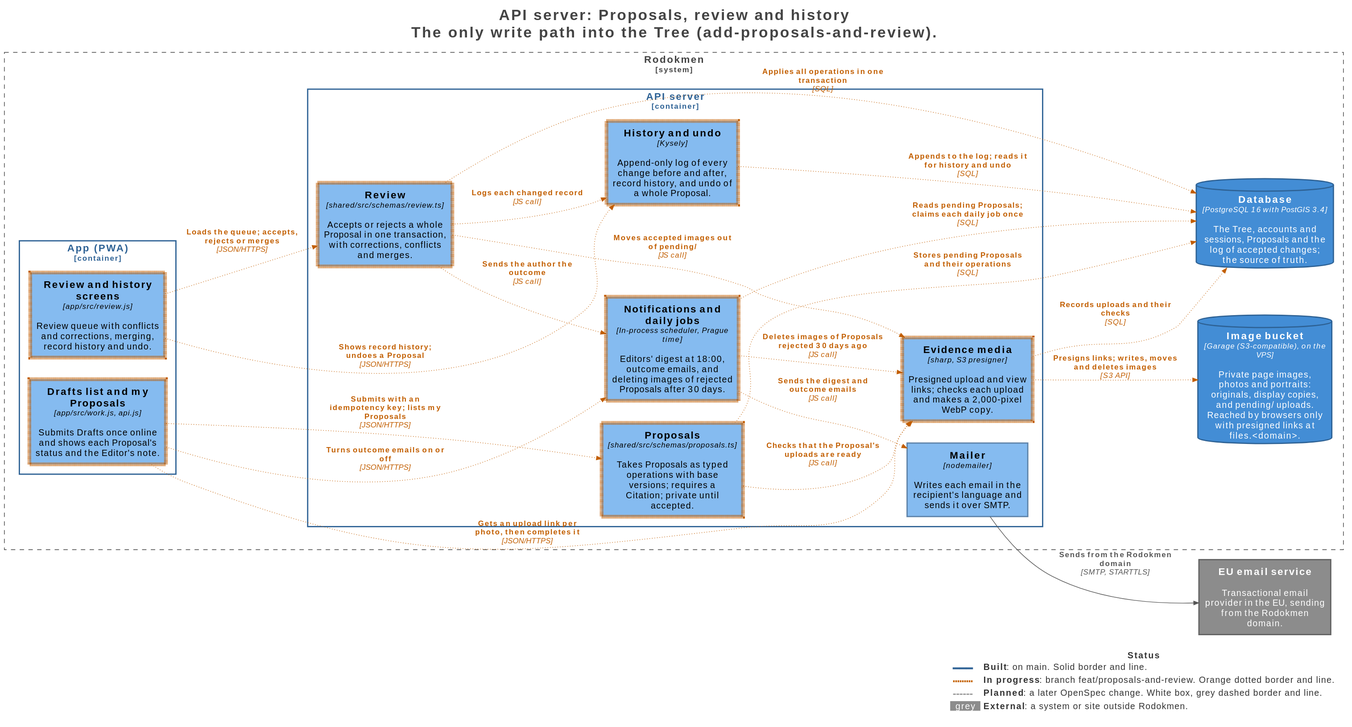
This is docs/architecture/generated/svg/10-api-write-path.svg from xjrk58/rodokmen-app, a PlantUML export, as it was before one commit.
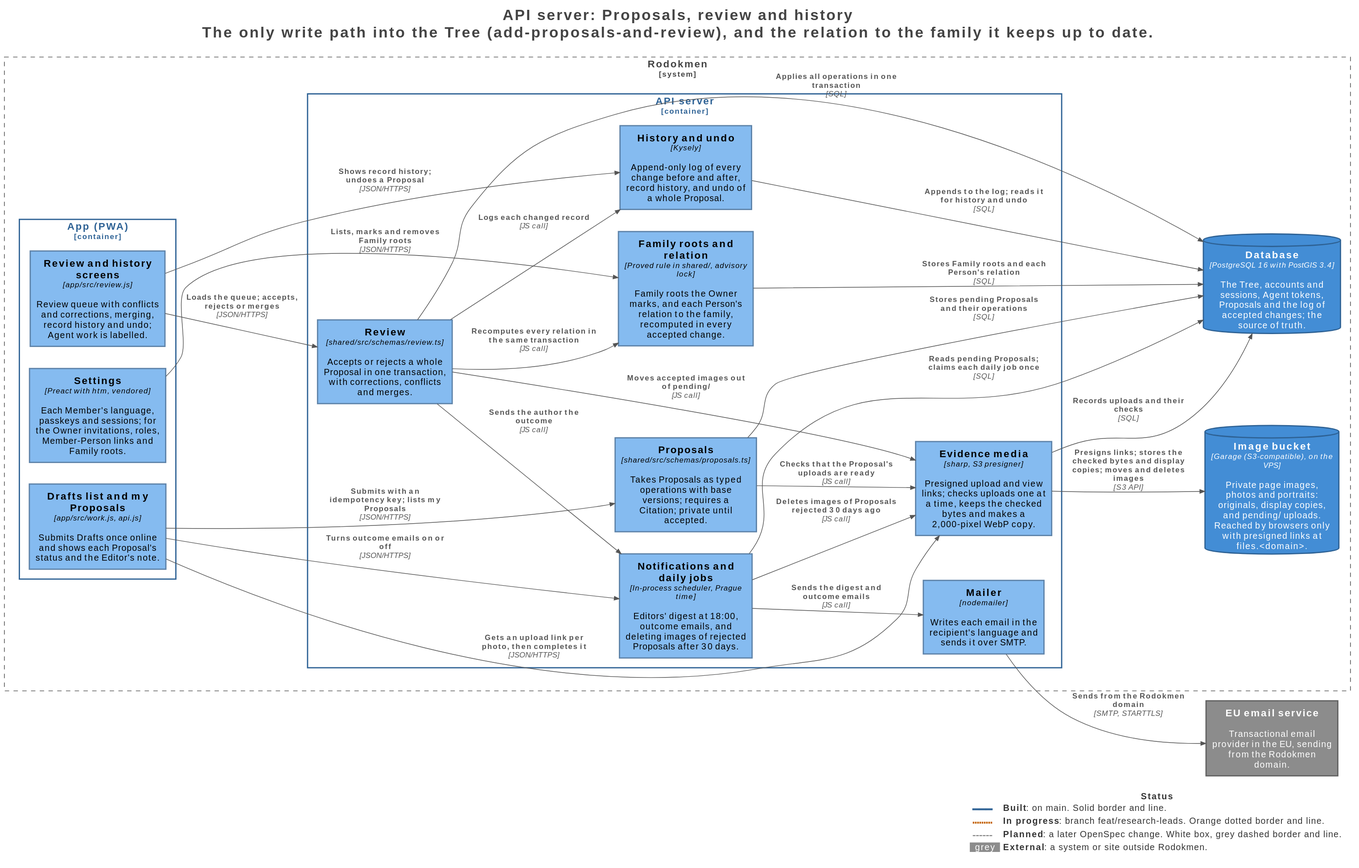
The same file after the commit.

What changed in the source:
```diff
@@ -1,5 +1,5 @@
 @startuml
-title <size:24>API server: Proposals, review and history</size>\n<size:24>The only write path into the Tree (add-proposals-and-review).</size>
+title <size:24>API server: Proposals, review and history</size>\n<size:24>The only write path into the Tree (add-proposals-and-review), and the relation to the family it keeps up to date.</size>
 
 set separator none
 left to right direction
@@ -22,12 +22,10 @@
 !include ../../legend.puml
 
 AddElementTag("Software System,External,Built", $bgColor="#8c8c8c", $borderColor="#616161", $fontColor="#ffffff", $sprite="", $shadowing="", $borderStyle="solid", $borderThickness="2")
-AddElementTag("Component,In progress", $bgColor="#85bbf0", $borderColor="#c25e00", $fontColor="#000000", $sprite="", $shadowing="", $borderStyle="dotted", $borderThickness="6")
 AddElementTag("Container,Built,Data store", $bgColor="#438dd5", $borderColor="#2e6295", $fontColor="#ffffff", $sprite="", $shadowing="", $borderStyle="solid", $borderThickness="2")
 AddElementTag("Component,Built", $bgColor="#85bbf0", $borderColor="#5d82a8", $fontColor="#000000", $sprite="", $shadowing="", $borderStyle="solid", $borderThickness="2")
 
 AddRelTag("Built", $textColor="#555555", $lineColor="#555555", $lineStyle = "")
-AddRelTag("In progress", $textColor="#c25e00", $lineColor="#c25e00", $lineStyle = DottedLine())
 
 AddBoundaryTag("Container,Built,Browser", $bgColor="#ffffff", $borderColor="#2e6295", $fontColor="#2e6295", $shadowing="", $borderStyle="solid", $borderThickness="2")
 AddBoundaryTag("Container,Built", $bgColor="#ffffff", $borderColor="#2e6295", $fontColor="#2e6295", $shadowing="", $borderStyle="solid", $borderThickness="2")
@@ -36,41 +34,46 @@
 
 System_Boundary("Rodokmen_boundary", "Rodokmen", $tags="Software System,Built") {
   Container_Boundary("Rodokmen.APIserver_boundary", "API server", $tags="Container,Built") {
+    Component(Rodokmen.APIserver.Familyrootsandrelation, "Family roots and relation", $techn="Proved rule in shared/, advisory lock", $descr="Family roots the Owner marks, and each Person's relation to the family, recomputed in every accepted change.", $tags="Component,Built", $link="")
     Component(Rodokmen.APIserver.Mailer, "Mailer", $techn="nodemailer", $descr="Writes each email in the recipient's language and sends it over SMTP.", $tags="Component,Built", $link="")
-    Component(Rodokmen.APIserver.Proposals, "Proposals", $techn="shared/src/schemas/proposals.ts", $descr="Takes Proposals as typed operations with base versions; requires a Citation; private until accepted.", $tags="Component,In progress", $link="")
-    Component(Rodokmen.APIserver.Review, "Review", $techn="shared/src/schemas/review.ts", $descr="Accepts or rejects a whole Proposal in one transaction, with corrections, conflicts and merges.", $tags="Component,In progress", $link="")
-    Component(Rodokmen.APIserver.Historyandundo, "History and undo", $techn="Kysely", $descr="Append-only log of every change before and after, record history, and undo of a whole Proposal.", $tags="Component,In progress", $link="")
-    Component(Rodokmen.APIserver.Evidencemedia, "Evidence media", $techn="sharp, S3 presigner", $descr="Presigned upload and view links; checks each upload and makes a 2,000-pixel WebP copy.", $tags="Component,In progress", $link="")
-    Component(Rodokmen.APIserver.Notificationsanddailyjobs, "Notifications and daily jobs", $techn="In-process scheduler, Prague time", $descr="Editors' digest at 18:00, outcome emails, and deleting images of rejected Proposals after 30 days.", $tags="Component,In progress", $link="")
+    Component(Rodokmen.APIserver.Proposals, "Proposals", $techn="shared/src/schemas/proposals.ts", $descr="Takes Proposals as typed operations with base versions; requires a Citation; private until accepted.", $tags="Component,Built", $link="")
+    Component(Rodokmen.APIserver.Review, "Review", $techn="shared/src/schemas/review.ts", $descr="Accepts or rejects a whole Proposal in one transaction, with corrections, conflicts and merges.", $tags="Component,Built", $link="")
+    Component(Rodokmen.APIserver.Historyandundo, "History and undo", $techn="Kysely", $descr="Append-only log of every change before and after, record history, and undo of a whole Proposal.", $tags="Component,Built", $link="")
+    Component(Rodokmen.APIserver.Evidencemedia, "Evidence media", $techn="sharp, S3 presigner", $descr="Presigned upload and view links; checks uploads one at a time, keeps the checked bytes and makes a 2,000-pixel WebP copy.", $tags="Component,Built", $link="")
+    Component(Rodokmen.APIserver.Notificationsanddailyjobs, "Notifications and daily jobs", $techn="In-process scheduler, Prague time", $descr="Editors' digest at 18:00, outcome emails, and deleting images of rejected Proposals after 30 days.", $tags="Component,Built", $link="")
   }
 
   Container_Boundary("Rodokmen.AppPWA_boundary", "App (PWA)", $tags="Container,Built,Browser") {
-    Component(Rodokmen.AppPWA.DraftslistandmyProposals, "Drafts list and my Proposals", $techn="app/src/work.js, api.js", $descr="Submits Drafts once online and shows each Proposal's status and the Editor's note.", $tags="Component,In progress", $link="")
-    Component(Rodokmen.AppPWA.Reviewandhistoryscreens, "Review and history screens", $techn="app/src/review.js", $descr="Review queue with conflicts and corrections, merging, record history and undo.", $tags="Component,In progress", $link="")
+    Component(Rodokmen.AppPWA.DraftslistandmyProposals, "Drafts list and my Proposals", $techn="app/src/work.js, api.js", $descr="Submits Drafts once online and shows each Proposal's status and the Editor's note.", $tags="Component,Built", $link="")
+    Component(Rodokmen.AppPWA.Reviewandhistoryscreens, "Review and history screens", $techn="app/src/review.js", $descr="Review queue with conflicts and corrections, merging, record history and undo; Agent work is labelled.", $tags="Component,Built", $link="")
+    Component(Rodokmen.AppPWA.Settings, "Settings", $techn="Preact with htm, vendored", $descr="Each Member's language, passkeys and sessions; for the Owner invitations, roles, Member-Person links and Family roots.", $tags="Component,Built", $link="")
   }
 
-  ContainerDb(Rodokmen.Database, "Database", $techn="PostgreSQL 16 with PostGIS 3.4", $descr="The Tree, accounts and sessions, Proposals and the log of accepted changes; the source of truth.", $tags="Container,Built,Data store", $link="")
+  ContainerDb(Rodokmen.Database, "Database", $techn="PostgreSQL 16 with PostGIS 3.4", $descr="The Tree, accounts and sessions, Agent tokens, Proposals and the log of accepted changes; the source of truth.", $tags="Container,Built,Data store", $link="")
   ContainerDb(Rodokmen.Imagebucket, "Image bucket", $techn="Garage (S3-compatible), on the VPS", $descr="Private page images, photos and portraits: originals, display copies, and pending/ uploads. Reached by browsers only with presigned links at files.<domain>.", $tags="Container,Built,Data store", $link="")
 }
 
-Rel(Rodokmen.AppPWA.DraftslistandmyProposals, Rodokmen.APIserver.Evidencemedia, "Gets an upload link per photo, then completes it", $techn="JSON/HTTPS", $tags="In progress", $link="")
-Rel(Rodokmen.AppPWA.DraftslistandmyProposals, Rodokmen.APIserver.Proposals, "Submits with an idempotency key; lists my Proposals", $techn="JSON/HTTPS", $tags="In progress", $link="")
-Rel(Rodokmen.AppPWA.DraftslistandmyProposals, Rodokmen.APIserver.Notificationsanddailyjobs, "Turns outcome emails on or off", $techn="JSON/HTTPS", $tags="In progress", $link="")
-Rel(Rodokmen.AppPWA.Reviewandhistoryscreens, Rodokmen.APIserver.Review, "Loads the queue; accepts, rejects or merges", $techn="JSON/HTTPS", $tags="In progress", $link="")
-Rel(Rodokmen.AppPWA.Reviewandhistoryscreens, Rodokmen.APIserver.Historyandundo, "Shows record history; undoes a Proposal", $techn="JSON/HTTPS", $tags="In progress", $link="")
+Rel(Rodokmen.AppPWA.DraftslistandmyProposals, Rodokmen.APIserver.Evidencemedia, "Gets an upload link per photo, then completes it", $techn="JSON/HTTPS", $tags="Built", $link="")
+Rel(Rodokmen.AppPWA.DraftslistandmyProposals, Rodokmen.APIserver.Proposals, "Submits with an idempotency key; lists my Proposals", $techn="JSON/HTTPS", $tags="Built", $link="")
+Rel(Rodokmen.AppPWA.DraftslistandmyProposals, Rodokmen.APIserver.Notificationsanddailyjobs, "Turns outcome emails on or off", $techn="JSON/HTTPS", $tags="Built", $link="")
+Rel(Rodokmen.AppPWA.Reviewandhistoryscreens, Rodokmen.APIserver.Review, "Loads the queue; accepts, rejects or merges", $techn="JSON/HTTPS", $tags="Built", $link="")
+Rel(Rodokmen.AppPWA.Reviewandhistoryscreens, Rodokmen.APIserver.Historyandundo, "Shows record history; undoes a Proposal", $techn="JSON/HTTPS", $tags="Built", $link="")
+Rel(Rodokmen.AppPWA.Settings, Rodokmen.APIserver.Familyrootsandrelation, "Lists, marks and removes Family roots", $techn="JSON/HTTPS", $tags="Built", $link="")
 Rel(Rodokmen.APIserver.Mailer, EUemailservice, "Sends from the Rodokmen domain", $techn="SMTP, STARTTLS", $tags="Built", $link="")
-Rel(Rodokmen.APIserver.Proposals, Rodokmen.Database, "Stores pending Proposals and their operations", $techn="SQL", $tags="In progress", $link="")
-Rel(Rodokmen.APIserver.Proposals, Rodokmen.APIserver.Evidencemedia, "Checks that the Proposal's uploads are ready", $techn="JS call", $tags="In progress", $link="")
-Rel(Rodokmen.APIserver.Review, Rodokmen.Database, "Applies all operations in one transaction", $techn="SQL", $tags="In progress", $link="")
-Rel(Rodokmen.APIserver.Review, Rodokmen.APIserver.Historyandundo, "Logs each changed record", $techn="JS call", $tags="In progress", $link="")
-Rel(Rodokmen.APIserver.Review, Rodokmen.APIserver.Evidencemedia, "Moves accepted images out of pending/", $techn="JS call", $tags="In progress", $link="")
-Rel(Rodokmen.APIserver.Review, Rodokmen.APIserver.Notificationsanddailyjobs, "Sends the author the outcome", $techn="JS call", $tags="In progress", $link="")
-Rel(Rodokmen.APIserver.Historyandundo, Rodokmen.Database, "Appends to the log; reads it for history and undo", $techn="SQL", $tags="In progress", $link="")
-Rel(Rodokmen.APIserver.Evidencemedia, Rodokmen.Database, "Records uploads and their checks", $techn="SQL", $tags="In progress", $link="")
-Rel(Rodokmen.APIserver.Evidencemedia, Rodokmen.Imagebucket, "Presigns links; writes, moves and deletes images", $techn="S3 API", $tags="In progress", $link="")
-Rel(Rodokmen.APIserver.Notificationsanddailyjobs, Rodokmen.Database, "Reads pending Proposals; claims each daily job once", $techn="SQL", $tags="In progress", $link="")
-Rel(Rodokmen.APIserver.Notificationsanddailyjobs, Rodokmen.APIserver.Mailer, "Sends the digest and outcome emails", $techn="JS call", $tags="In progress", $link="")
-Rel(Rodokmen.APIserver.Notificationsanddailyjobs, Rodokmen.APIserver.Evidencemedia, "Deletes images of Proposals rejected 30 days ago", $techn="JS call", $tags="In progress", $link="")
+Rel(Rodokmen.APIserver.Proposals, Rodokmen.Database, "Stores pending Proposals and their operations", $techn="SQL", $tags="Built", $link="")
+Rel(Rodokmen.APIserver.Proposals, Rodokmen.APIserver.Evidencemedia, "Checks that the Proposal's uploads are ready", $techn="JS call", $tags="Built", $link="")
+Rel(Rodokmen.APIserver.Review, Rodokmen.Database, "Applies all operations in one transaction", $techn="SQL", $tags="Built", $link="")
+Rel(Rodokmen.APIserver.Review, Rodokmen.APIserver.Historyandundo, "Logs each changed record", $techn="JS call", $tags="Built", $link="")
+Rel(Rodokmen.APIserver.Review, Rodokmen.APIserver.Evidencemedia, "Moves accepted images out of pending/", $techn="JS call", $tags="Built", $link="")
+Rel(Rodokmen.APIserver.Review, Rodokmen.APIserver.Notificationsanddailyjobs, "Sends the author the outcome", $techn="JS call", $tags="Built", $link="")
+Rel(Rodokmen.APIserver.Historyandundo, Rodokmen.Database, "Appends to the log; reads it for history and undo", $techn="SQL", $tags="Built", $link="")
+Rel(Rodokmen.APIserver.Evidencemedia, Rodokmen.Database, "Records uploads and their checks", $techn="SQL", $tags="Built", $link="")
+Rel(Rodokmen.APIserver.Evidencemedia, Rodokmen.Imagebucket, "Presigns links; stores the checked bytes and display copies; moves and deletes images", $techn="S3 API", $tags="Built", $link="")
+Rel(Rodokmen.APIserver.Notificationsanddailyjobs, Rodokmen.Database, "Reads pending Proposals; claims each daily job once", $techn="SQL", $tags="Built", $link="")
+Rel(Rodokmen.APIserver.Notificationsanddailyjobs, Rodokmen.APIserver.Mailer, "Sends the digest and outcome emails", $techn="JS call", $tags="Built", $link="")
+Rel(Rodokmen.APIserver.Notificationsanddailyjobs, Rodokmen.APIserver.Evidencemedia, "Deletes images of Proposals rejected 30 days ago", $techn="JS call", $tags="Built", $link="")
+Rel(Rodokmen.APIserver.Review, Rodokmen.APIserver.Familyrootsandrelation, "Recomputes every relation in the same transaction", $techn="JS call", $tags="Built", $link="")
+Rel(Rodokmen.APIserver.Familyrootsandrelation, Rodokmen.Database, "Stores Family roots and each Person's relation", $techn="SQL", $tags="Built", $link="")
 
 SHOW_LEGEND(true)
 hide stereotypes
```
